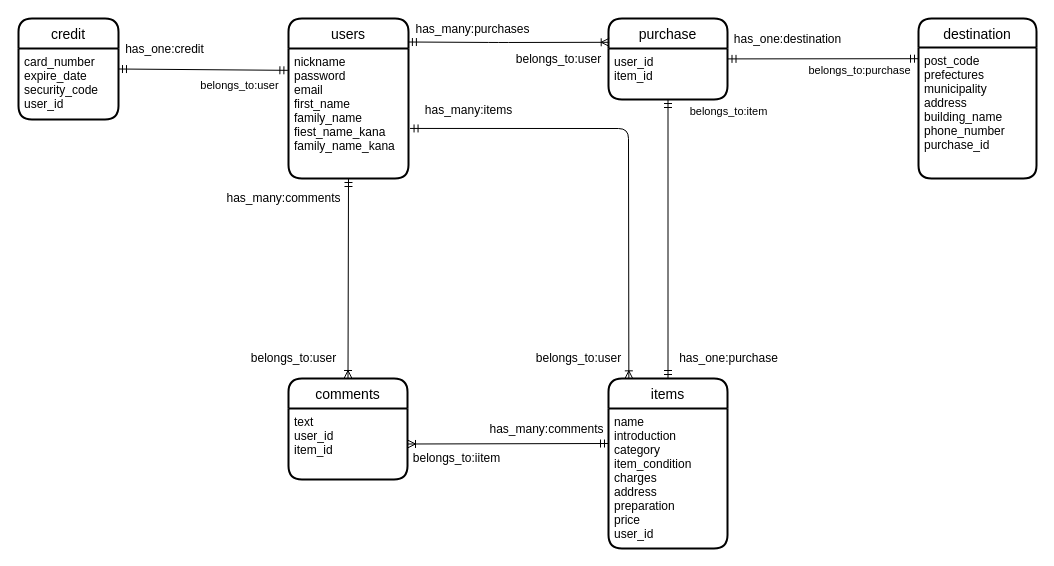
Above: furima-38081.dio in tongari123/furima-38081 (draw.io), before the change. Source tidied: cells renumbered, new cells numbered last; positions are measured from the earlier drawing's top-left corner, leaving out a move shared by most shapes. Both pictures are drawn from the tidied source at 100%, with x=0, y=0 at pixel (18, 18).
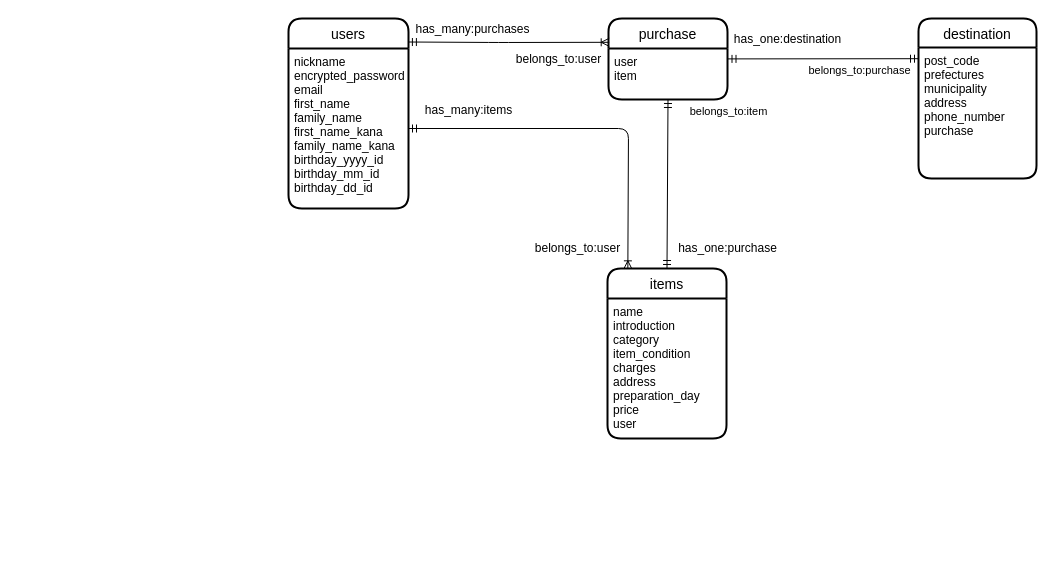
The same page after the edit.

Commit message (it also covers changes not shown here):
データベース設計 コードレビュー修正2

Unchanged cells that the change refers to:
```xml
<mxCell id="6" value="destination" style="swimlane;horizontal=1;startSize=29;rounded=1;fontSize=14;fontStyle=0;strokeWidth=2;shadow=0;dashed=0;align=center;" parent="1" vertex="1">
  <mxGeometry x="900" width="118" height="160" as="geometry" />
</mxCell>
<mxCell id="8" value="purchase" style="swimlane;horizontal=1;startSize=30;rounded=1;fontSize=14;fontStyle=0;strokeWidth=2;shadow=0;dashed=0;align=center;" parent="1" vertex="1">
  <mxGeometry x="590" width="119" height="81" as="geometry" />
</mxCell>
```

Diff of the diagram source:
```diff
@@
     <mxCell id="2" value="users" style="swimlane;horizontal=1;startSize=30;rounded=1;fontSize=14;fontStyle=0;strokeWidth=2;shadow=0;dashed=0;align=center;" parent="1" vertex="1">
-      <mxGeometry x="270" width="120" height="160" as="geometry" />
+      <mxGeometry x="270" width="120" height="190" as="geometry" />
     </mxCell>
-    <mxCell id="3" value="nickname&#10;password&#10;email&#10;first_name&#10;family_name&#10;fiest_name_kana&#10;family_name_kana&#10;" style="align=left;strokeColor=none;fillColor=none;spacingLeft=4;fontSize=12;verticalAlign=top;" parent="2" vertex="1">
-      <mxGeometry y="30" width="120" height="130" as="geometry" />
+    <mxCell id="3" value="nickname&#10;encrypted_password&#10;email&#10;first_name&#10;family_name&#10;first_name_kana&#10;family_name_kana&#10;birthday_yyyy_id&#10;birthday_mm_id&#10;birthday_dd_id " style="align=left;strokeColor=none;fillColor=none;spacingLeft=4;fontSize=12;verticalAlign=top;" parent="2" vertex="1">
+      <mxGeometry y="30" width="120" height="160" as="geometry" />
     </mxCell>
     <mxCell id="4" value="items   " style="swimlane;horizontal=1;startSize=30;rounded=1;fontSize=14;fontStyle=0;strokeWidth=2;shadow=0;dashed=0;align=center;" parent="1" vertex="1">
-      <mxGeometry x="590" y="360" width="119" height="170" as="geometry" />
+      <mxGeometry x="589" y="250" width="119" height="170" as="geometry" />
     </mxCell>
-    <mxCell id="5" value="name&#10;introduction&#10;category&#10;item_condition&#10;charges&#10;address&#10;preparation&#10;price&#10;user_id" style="align=left;strokeColor=none;fillColor=none;spacingLeft=4;fontSize=12;verticalAlign=top;" parent="4" vertex="1">
+    <mxCell id="5" value="name&#10;introduction&#10;category&#10;item_condition&#10;charges&#10;address&#10;preparation_day&#10;price&#10;user" style="align=left;strokeColor=none;fillColor=none;spacingLeft=4;fontSize=12;verticalAlign=top;" parent="4" vertex="1">
       <mxGeometry y="30" width="119" height="140" as="geometry" />
     </mxCell>
@@
-    <mxCell id="7" value="post_code&#10;prefectures&#10;municipality&#10;address&#10;building_name&#10;phone_number&#10;purchase_id" style="align=left;strokeColor=none;fillColor=none;spacingLeft=4;fontSize=12;verticalAlign=top;" parent="6" vertex="1">
+    <mxCell id="7" value="post_code&#10;prefectures&#10;municipality&#10;address&#10;phone_number&#10;purchase" style="align=left;strokeColor=none;fillColor=none;spacingLeft=4;fontSize=12;verticalAlign=top;" parent="6" vertex="1">
       <mxGeometry y="29" width="118" height="131" as="geometry" />
     </mxCell>
@@
-    <mxCell id="9" value="user_id&#10;item_id" style="align=left;strokeColor=none;fillColor=none;spacingLeft=4;fontSize=12;verticalAlign=top;" parent="8" vertex="1">
+    <mxCell id="9" value="user&#10;item" style="align=left;strokeColor=none;fillColor=none;spacingLeft=4;fontSize=12;verticalAlign=top;" parent="8" vertex="1">
       <mxGeometry y="30" width="119" height="51" as="geometry" />
     </mxCell>
-    <mxCell id="10" value="credit" style="swimlane;horizontal=1;startSize=30;rounded=1;fontSize=14;fontStyle=0;strokeWidth=2;shadow=0;dashed=0;align=center;" parent="1" vertex="1">
-      <mxGeometry width="100" height="101" as="geometry" />
-    </mxCell>
-    <mxCell id="11" value="card_number&#10;expire_date&#10;security_code&#10;user_id" style="align=left;strokeColor=none;fillColor=none;spacingLeft=4;fontSize=12;verticalAlign=top;" parent="10" vertex="1">
-      <mxGeometry y="30" width="100" height="71" as="geometry" />
-    </mxCell>
-    <mxCell id="12" value="comments" style="swimlane;horizontal=1;startSize=30;rounded=1;fontSize=14;fontStyle=0;strokeWidth=2;shadow=0;dashed=0;align=center;" parent="1" vertex="1">
-      <mxGeometry x="270" y="360" width="119" height="101" as="geometry" />
-    </mxCell>
-    <mxCell id="13" value="text&#10;user_id&#10;item_id" style="align=left;strokeColor=none;fillColor=none;spacingLeft=4;fontSize=12;verticalAlign=top;" parent="12" vertex="1">
-      <mxGeometry y="30" width="119" height="71" as="geometry" />
-    </mxCell>
-    <mxCell id="14" style="fontSize=12;html=1;endArrow=ERmandOne;startArrow=ERmandOne;entryX=1;entryY=0.5;entryDx=0;entryDy=0;exitX=-0.005;exitY=0.168;exitDx=0;exitDy=0;exitPerimeter=0;" parent="1" edge="1" source="3" target="10">
-      <mxGeometry relative="1" as="geometry" />
-    </mxCell>
@@
-    <mxCell id="17" style="fontSize=12;html=1;endArrow=ERoneToMany;startArrow=ERmandOne;exitX=0.5;exitY=1;exitDx=0;exitDy=0;entryX=0.5;entryY=0;entryDx=0;entryDy=0;" parent="1" edge="1" source="3" target="12">
-      <mxGeometry relative="1" as="geometry" />
-    </mxCell>
-    <mxCell id="18" style="fontSize=12;html=1;endArrow=ERoneToMany;startArrow=ERmandOne;entryX=1;entryY=0.5;entryDx=0;entryDy=0;exitX=0;exitY=0.25;exitDx=0;exitDy=0;" parent="1" edge="1" source="5" target="13">
-      <mxGeometry relative="1" as="geometry" />
-    </mxCell>
@@
-    <mxCell id="21" style="fontSize=12;html=1;endArrow=ERoneToMany;startArrow=ERmandOne;entryX=0.171;entryY=0.002;entryDx=0;entryDy=0;entryPerimeter=0;exitX=1.013;exitY=0.615;exitDx=0;exitDy=0;exitPerimeter=0;" parent="1" edge="1" source="3" target="4">
+    <mxCell id="21" style="fontSize=12;html=1;endArrow=ERoneToMany;startArrow=ERmandOne;entryX=0.171;entryY=0.002;entryDx=0;entryDy=0;entryPerimeter=0;exitX=1;exitY=0.5;exitDx=0;exitDy=0;" parent="1" edge="1" source="3" target="4">
       <mxGeometry relative="1" as="geometry">
         <Array as="points">
           <mxPoint x="610" y="110" />
         </Array>
       </mxGeometry>
     </mxCell>
@@
     <mxCell id="25" value="belongs_to:user" style="text;html=1;align=center;verticalAlign=middle;strokeColor=none;fillColor=none;" parent="1" vertex="1">
-      <mxGeometry x="510" y="330" width="100" height="20" as="geometry" />
+      <mxGeometry x="509" y="220" width="100" height="20" as="geometry" />
     </mxCell>
@@
-    <mxCell id="27" value="has_many:comments" style="text;html=1;align=center;verticalAlign=middle;strokeColor=none;fillColor=none;" parent="1" vertex="1">
-      <mxGeometry x="200" y="170" width="130" height="20" as="geometry" />
-    </mxCell>
-    <mxCell id="28" value="belongs_to:user" style="text;html=1;align=center;verticalAlign=middle;strokeColor=none;fillColor=none;" parent="1" vertex="1">
-      <mxGeometry x="225" y="330" width="100" height="20" as="geometry" />
-    </mxCell>
-    <mxCell id="29" value="has_one:credit" style="text;html=1;align=center;verticalAlign=middle;strokeColor=none;fillColor=none;" parent="1" vertex="1">
-      <mxGeometry x="101" y="21" width="90" height="20" as="geometry" />
-    </mxCell>
-    <mxCell id="30" value="belongs_to:user" style="edgeLabel;html=1;align=center;verticalAlign=middle;" parent="1" vertex="1">
-      <mxGeometry x="220" y="66.2" as="geometry" />
-    </mxCell>
     <mxCell id="31" value="has_one:purchase" style="text;html=1;align=center;verticalAlign=middle;strokeColor=none;fillColor=none;" parent="1" vertex="1">
-      <mxGeometry x="655" y="330" width="110" height="20" as="geometry" />
+      <mxGeometry x="654" y="220" width="110" height="20" as="geometry" />
     </mxCell>
@@
-    <mxCell id="33" value="has_many:comments" style="text;html=1;align=center;verticalAlign=middle;strokeColor=none;fillColor=none;" parent="1" vertex="1">
-      <mxGeometry x="463" y="400.5" width="130" height="20" as="geometry" />
-    </mxCell>
-    <mxCell id="34" value="belongs_to:iitem" style="text;html=1;align=center;verticalAlign=middle;strokeColor=none;fillColor=none;" parent="1" vertex="1">
-      <mxGeometry x="388" y="430" width="100" height="20" as="geometry" />
-    </mxCell>
```
